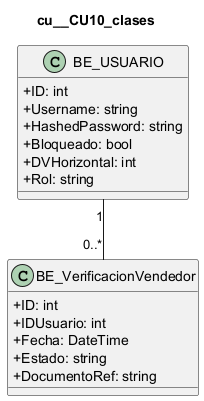
The PlantUML diagram docs/diagramas/uml_png/cu__CU10_clases.png in L-Muniz/uai-diploma_2026, before a commit. The source it was exported from:
```plantuml
@startuml
skinparam classAttributeIconSize 0
title cu__CU10_clases
class "BE_USUARIO" as USUARIO {
  +ID: int
  +Username: string
  +HashedPassword: string
  +Bloqueado: bool
  +DVHorizontal: int
  +Rol: string
}
class "BE_VerificacionVendedor" as VERIFICACION {
  +ID: int
  +IDUsuario: int
  +Fecha: DateTime
  +Estado: string
  +DocumentoRef: string
}
USUARIO "1" -- "0..*" VERIFICACION
@enduml
```
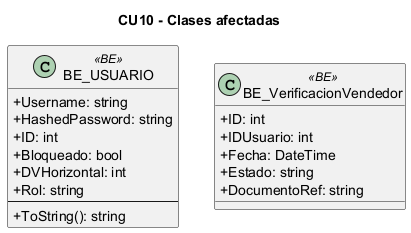
After the commit.

Change to the diagram source:
```diff
@@ -1,20 +1,21 @@
 @startuml
 skinparam classAttributeIconSize 0
-title cu__CU10_clases
-class "BE_USUARIO" as USUARIO {
-  +ID: int
+title CU10 - Clases afectadas
+class "BE_USUARIO" as BE_USUARIO <<BE>> {
   +Username: string
   +HashedPassword: string
+  +ID: int
   +Bloqueado: bool
   +DVHorizontal: int
   +Rol: string
+  --
+  +ToString(): string
 }
-class "BE_VerificacionVendedor" as VERIFICACION {
+class "BE_VerificacionVendedor" as BE_VerificacionVendedor <<BE>> {
   +ID: int
   +IDUsuario: int
   +Fecha: DateTime
   +Estado: string
   +DocumentoRef: string
 }
-USUARIO "1" -- "0..*" VERIFICACION
 @enduml
```
